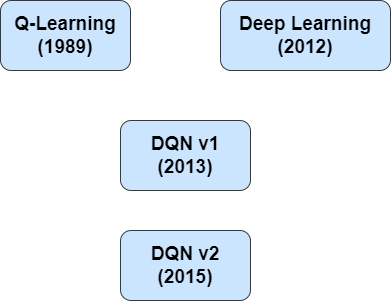
Before: dqn.png, a diagram exported from draw.io (AAAAAAAyq/Personal-Studying). Source tidied: cells renumbered, new cells last; positions are measured from the earlier drawing's top-left corner, leaving out a move shared by most shapes.
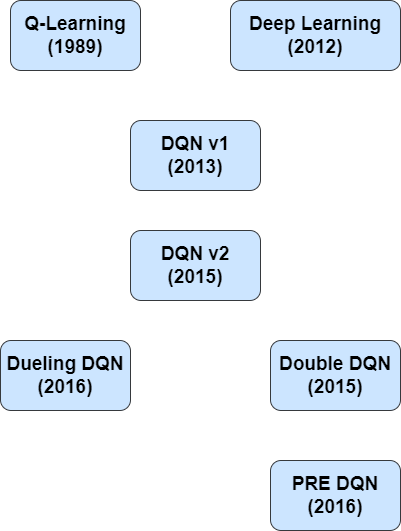
Above is the later version.

What changed in the source:
```diff
@@ -14,5 +14,14 @@
     <mxCell id="5" value="&lt;font style=&quot;font-size: 19px;&quot;&gt;&lt;b&gt;DQN v2&lt;br&gt;(2015)&lt;br&gt;&lt;/b&gt;&lt;/font&gt;" style="rounded=1;whiteSpace=wrap;html=1;fillColor=#cce5ff;strokeColor=#36393d;" parent="1" vertex="1">
       <mxGeometry x="120" y="230" width="130" height="70" as="geometry" />
     </mxCell>
+    <mxCell id="6" value="&lt;font style=&quot;font-size: 19px;&quot;&gt;&lt;b&gt;Double DQN&lt;br&gt;(2015)&lt;br&gt;&lt;/b&gt;&lt;/font&gt;" style="rounded=1;whiteSpace=wrap;html=1;fillColor=#cce5ff;strokeColor=#36393d;" parent="1" vertex="1">
+      <mxGeometry x="260" y="340" width="130" height="70" as="geometry" />
+    </mxCell>
+    <mxCell id="7" value="&lt;font style=&quot;font-size: 19px;&quot;&gt;&lt;b&gt;PRE DQN&lt;br&gt;(2016)&lt;br&gt;&lt;/b&gt;&lt;/font&gt;" style="rounded=1;whiteSpace=wrap;html=1;fillColor=#cce5ff;strokeColor=#36393d;" parent="1" vertex="1">
+      <mxGeometry x="260" y="460" width="130" height="70" as="geometry" />
+    </mxCell>
+    <mxCell id="8" value="&lt;font style=&quot;font-size: 19px;&quot;&gt;&lt;b&gt;Dueling DQN&lt;br&gt;(2016)&lt;br&gt;&lt;/b&gt;&lt;/font&gt;" style="rounded=1;whiteSpace=wrap;html=1;fillColor=#cce5ff;strokeColor=#36393d;" parent="1" vertex="1">
+      <mxGeometry x="-10" y="340" width="130" height="70" as="geometry" />
+    </mxCell>
   </root>
 </mxGraphModel>
```
